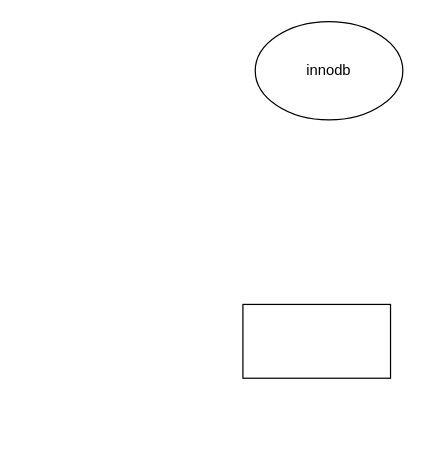
Before: Untitled Diagram.drawio in heihei180/temp_file, a draw.io diagram. Source tidied: cells renumbered, new cells numbered last; positions are measured from the earlier drawing's top-left corner, leaving out a move shared by most shapes. Both pictures are drawn from the tidied source at 123%, with x=0, y=0 at pixel (242, 21).
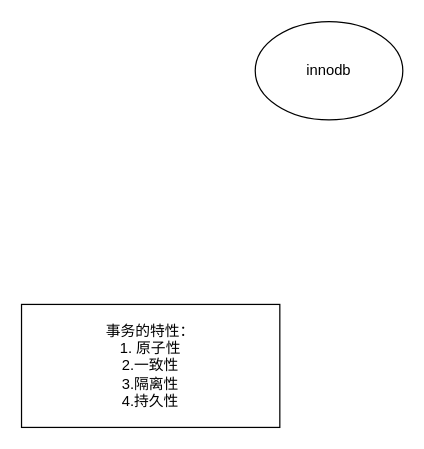
The same page after the edit.

What changed in the source:
```diff
@@
 <mxGraphModel>
   <root>
     <mxCell id="0" />
     <mxCell id="1" parent="0" />
-    <mxCell id="2" style="rounded=0;whiteSpace=wrap;html=1;" parent="1" vertex="1">
-      <mxGeometry y="230" width="120" height="60" as="geometry" />
+    <mxCell id="2" value="&lt;div&gt;事务的特性：&lt;/div&gt;&lt;div&gt;1. 原子性&lt;/div&gt;&lt;div&gt;2.一致性&lt;/div&gt;&lt;div&gt;3.隔离性&lt;/div&gt;&lt;div&gt;4.持久性&lt;br&gt;&lt;/div&gt;" style="rounded=0;whiteSpace=wrap;html=1;" parent="1" vertex="1">
+      <mxGeometry x="-180" y="230" width="210" height="100" as="geometry" />
     </mxCell>
     <mxCell id="3" value="innodb" style="ellipse;whiteSpace=wrap;html=1;" parent="1" vertex="1">
       <mxGeometry x="10" width="120" height="80" as="geometry" />
     </mxCell>
   </root>
 </mxGraphModel>
```
